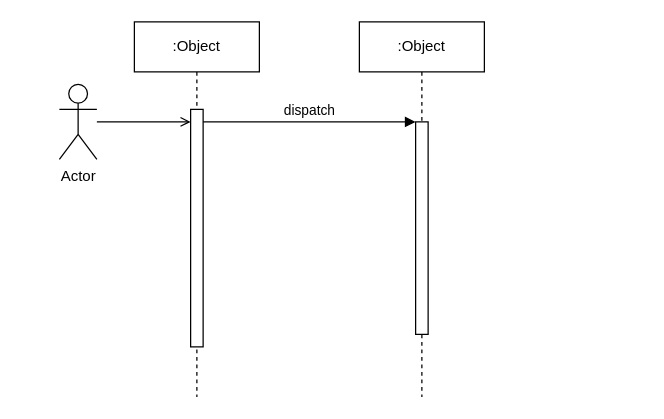
This is SENG 321/MessagingSeqDiagram.drawio from amirabdullahi1/gold, a draw.io file, before an edit. Source tidied: cells renumbered, new cells numbered last; positions are measured from the earlier drawing's top-left corner, leaving out a move shared by most shapes. Both pictures are drawn from the tidied source at 125%, with x=0, y=0 at pixel (59, 21).
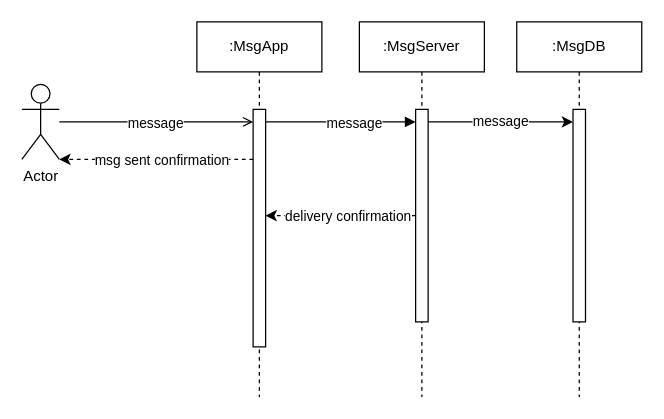
The same diagram, later.

The change refers to these unchanged cells:
```xml
<mxCell id="3" style="html=1;points=[];perimeter=orthogonalPerimeter;outlineConnect=0;targetShapes=umlLifeline;portConstraint=eastwest;newEdgeStyle={&quot;edgeStyle&quot;:&quot;elbowEdgeStyle&quot;,&quot;elbow&quot;:&quot;vertical&quot;,&quot;curved&quot;:0,&quot;rounded&quot;:0};" parent="2" vertex="1">
  <mxGeometry x="45" y="70" width="10" height="190" as="geometry" />
</mxCell>
<mxCell id="7" style="edgeStyle=orthogonalEdgeStyle;rounded=0;jettySize=auto;html=1;endArrow=open;endFill=0;" parent="1" edge="1" source="8" target="3">
  <mxGeometry relative="1" as="geometry">
    <Array as="points">
      <mxPoint x="90" y="80" />
      <mxPoint x="90" y="80" />
    </Array>
  </mxGeometry>
</mxCell>
```

What changed in the source:
```diff
@@
-    <mxCell id="2" value=":Object" style="shape=umlLifeline;perimeter=lifelinePerimeter;whiteSpace=wrap;html=1;newEdgeStyle={&quot;edgeStyle&quot;:&quot;elbowEdgeStyle&quot;,&quot;elbow&quot;:&quot;vertical&quot;,&quot;curved&quot;:0,&quot;rounded&quot;:0};" parent="1" vertex="1">
-      <mxGeometry x="60" width="100" height="300" as="geometry" />
+    <mxCell id="2" value=":MsgApp" style="shape=umlLifeline;perimeter=lifelinePerimeter;whiteSpace=wrap;html=1;newEdgeStyle={&quot;edgeStyle&quot;:&quot;elbowEdgeStyle&quot;,&quot;elbow&quot;:&quot;vertical&quot;,&quot;curved&quot;:0,&quot;rounded&quot;:0};" parent="1" vertex="1">
+      <mxGeometry x="110" width="100" height="300" as="geometry" />
     </mxCell>
@@
-    <mxCell id="4" value=":Object" style="shape=umlLifeline;perimeter=lifelinePerimeter;whiteSpace=wrap;html=1;newEdgeStyle={&quot;edgeStyle&quot;:&quot;elbowEdgeStyle&quot;,&quot;elbow&quot;:&quot;vertical&quot;,&quot;curved&quot;:0,&quot;rounded&quot;:0};" parent="1" vertex="1">
+    <mxCell id="4" value=":MsgServer" style="shape=umlLifeline;perimeter=lifelinePerimeter;whiteSpace=wrap;html=1;newEdgeStyle={&quot;edgeStyle&quot;:&quot;elbowEdgeStyle&quot;,&quot;elbow&quot;:&quot;vertical&quot;,&quot;curved&quot;:0,&quot;rounded&quot;:0};" parent="1" vertex="1">
       <mxGeometry x="240" width="100" height="300" as="geometry" />
     </mxCell>
     <mxCell id="5" style="html=1;points=[];perimeter=orthogonalPerimeter;outlineConnect=0;targetShapes=umlLifeline;portConstraint=eastwest;newEdgeStyle={&quot;edgeStyle&quot;:&quot;elbowEdgeStyle&quot;,&quot;elbow&quot;:&quot;vertical&quot;,&quot;curved&quot;:0,&quot;rounded&quot;:0};" parent="4" vertex="1">
-      <mxGeometry x="45" y="80" width="10" height="170" as="geometry" />
+      <mxGeometry x="45" y="70" width="10" height="170" as="geometry" />
     </mxCell>
-    <mxCell id="6" value="dispatch" style="html=1;verticalAlign=bottom;endArrow=block;edgeStyle=elbowEdgeStyle;elbow=vertical;curved=0;rounded=0;" parent="1" edge="1" source="3" target="5">
+    <mxCell id="6" style="html=1;verticalAlign=bottom;endArrow=block;edgeStyle=elbowEdgeStyle;elbow=vertical;curved=0;rounded=0;" parent="1" edge="1" source="3" target="5">
       <mxGeometry relative="1" as="geometry">
         <Array as="points">
           <mxPoint x="200" y="80" />
         </Array>
       </mxGeometry>
     </mxCell>
+    <mxCell id="9" value="message" style="edgeLabel;html=1;align=center;verticalAlign=middle;" parent="6" vertex="1">
+      <mxGeometry x="0.17" relative="1" as="geometry" />
+    </mxCell>
@@
+    <mxCell id="10" value="message" style="edgeLabel;html=1;align=center;verticalAlign=middle;" parent="7" vertex="1">
+      <mxGeometry x="-0.02" relative="1" as="geometry" />
+    </mxCell>
     <mxCell id="8" value="Actor" style="shape=umlActor;verticalLabelPosition=bottom;verticalAlign=top;html=1;outlineConnect=0;" parent="1" vertex="1">
-      <mxGeometry y="50" width="30" height="60" as="geometry" />
+      <mxGeometry x="-30" y="50" width="30" height="60" as="geometry" />
     </mxCell>
+    <mxCell id="11" value=":MsgDB" style="shape=umlLifeline;perimeter=lifelinePerimeter;whiteSpace=wrap;html=1;newEdgeStyle={&quot;edgeStyle&quot;:&quot;elbowEdgeStyle&quot;,&quot;elbow&quot;:&quot;vertical&quot;,&quot;curved&quot;:0,&quot;rounded&quot;:0};" parent="1" vertex="1">
+      <mxGeometry x="365.9" width="100" height="300" as="geometry" />
+    </mxCell>
+    <mxCell id="12" style="html=1;points=[];perimeter=orthogonalPerimeter;outlineConnect=0;targetShapes=umlLifeline;portConstraint=eastwest;newEdgeStyle={&quot;edgeStyle&quot;:&quot;elbowEdgeStyle&quot;,&quot;elbow&quot;:&quot;vertical&quot;,&quot;curved&quot;:0,&quot;rounded&quot;:0};" parent="11" vertex="1">
+      <mxGeometry x="45" y="70" width="10" height="170" as="geometry" />
+    </mxCell>
+    <mxCell id="13" value="message" style="edgeStyle=elbowEdgeStyle;rounded=0;jettySize=auto;html=1;elbow=vertical;curved=0;" parent="1" edge="1" source="5" target="12">
+      <mxGeometry relative="1" as="geometry">
+        <Array as="points">
+          <mxPoint x="353" y="80" />
+        </Array>
+      </mxGeometry>
+    </mxCell>
+    <mxCell id="14" style="edgeStyle=elbowEdgeStyle;rounded=0;jettySize=auto;html=1;elbow=vertical;curved=0;dashed=1;" parent="1" edge="1" source="5" target="3">
+      <mxGeometry relative="1" as="geometry" />
+    </mxCell>
+    <mxCell id="15" value="delivery confirmation" style="edgeLabel;html=1;align=center;verticalAlign=middle;" parent="14" vertex="1">
+      <mxGeometry x="-0.22" relative="1" as="geometry">
+        <mxPoint x="-8" as="offset" />
+      </mxGeometry>
+    </mxCell>
+    <mxCell id="16" style="edgeStyle=elbowEdgeStyle;rounded=0;jettySize=auto;html=1;elbow=vertical;curved=0;dashed=1;" parent="1" edge="1" source="3" target="8">
+      <mxGeometry relative="1" as="geometry">
+        <Array as="points">
+          <mxPoint x="70" y="110" />
+        </Array>
+      </mxGeometry>
+    </mxCell>
+    <mxCell id="17" value="msg sent confirmation" style="edgeLabel;html=1;align=center;verticalAlign=middle;" parent="16" vertex="1">
+      <mxGeometry x="-0.16" y="-1" relative="1" as="geometry">
+        <mxPoint x="-9" y="1" as="offset" />
+      </mxGeometry>
+    </mxCell>
```
